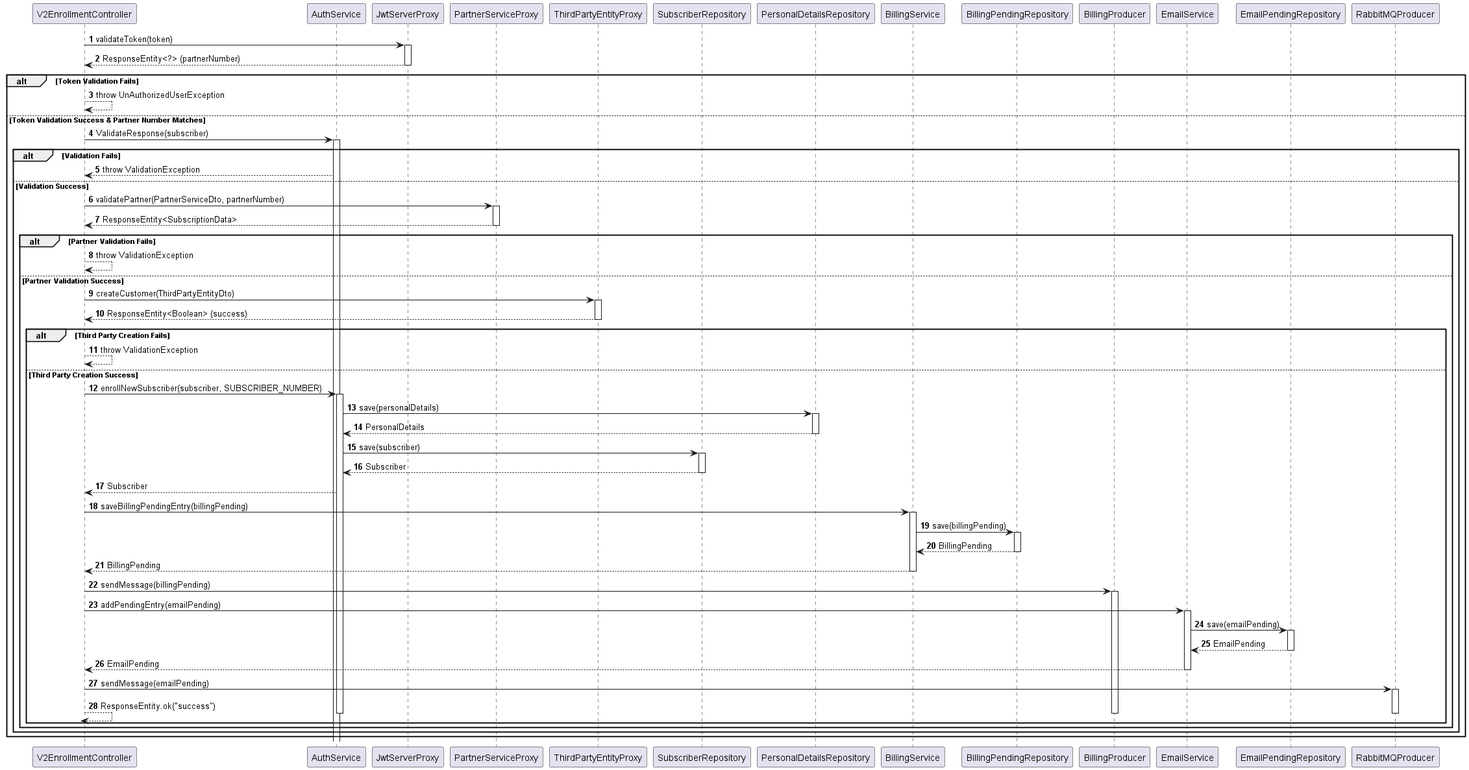
Before: sequence_diagram.png, a diagram exported from PlantUML (miit-netweb/sequence_diagram).
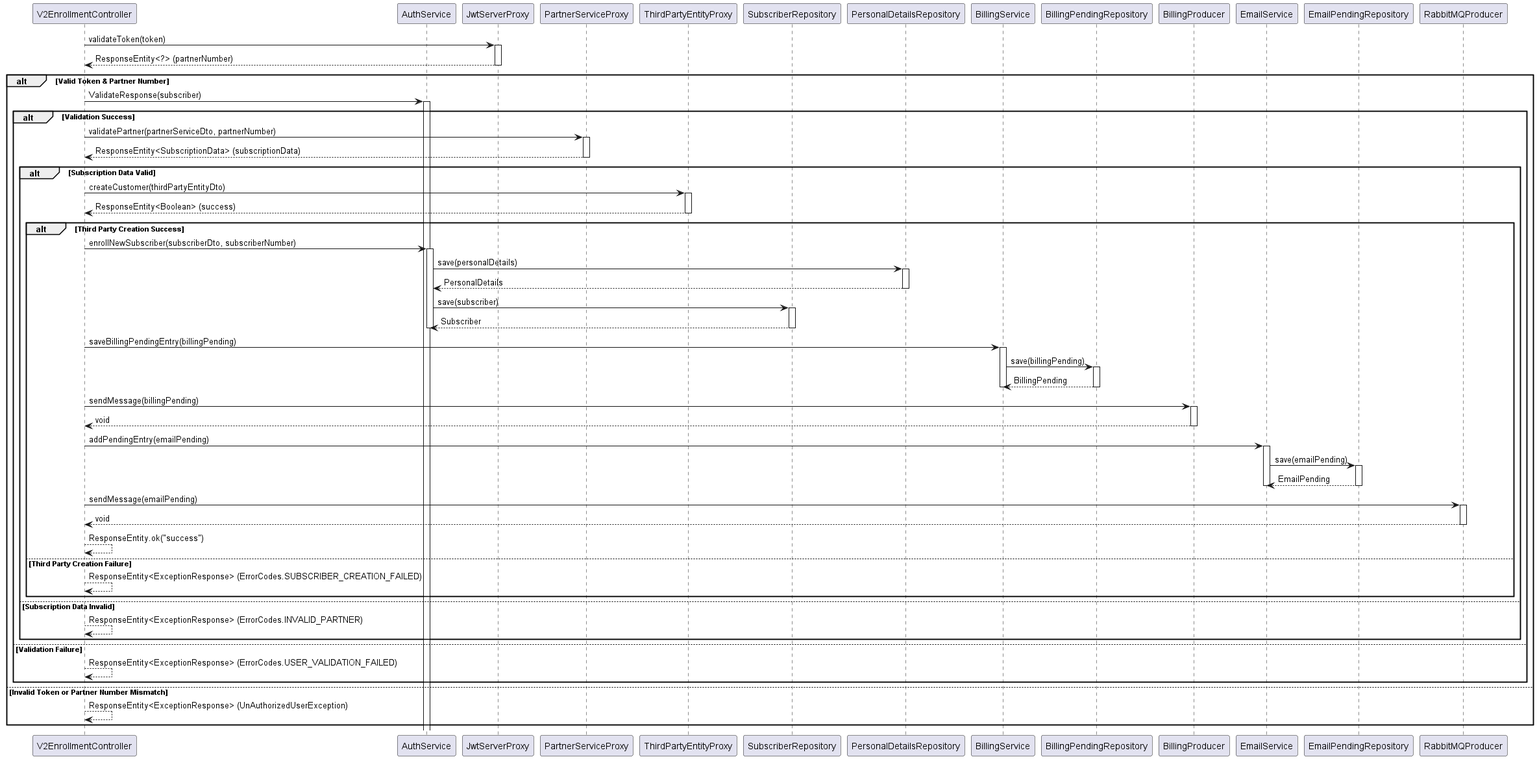
After the commit.

What changed in the source:
```diff
@@ -13,36 +13,26 @@
 participant EmailPendingRepository
 participant RabbitMQProducer
 
-autonumber
-
 V2EnrollmentController -> JwtServerProxy: validateToken(token)
 activate JwtServerProxy
 JwtServerProxy --> V2EnrollmentController: ResponseEntity<?> (partnerNumber)
 deactivate JwtServerProxy
 
-alt Token Validation Fails
-    V2EnrollmentController --> V2EnrollmentController: throw UnAuthorizedUserException
-else Token Validation Success & Partner Number Matches
+alt Valid Token & Partner Number
     V2EnrollmentController -> AuthService: ValidateResponse(subscriber)
     activate AuthService
-    alt Validation Fails
-        AuthService --> V2EnrollmentController: throw ValidationException
-    else Validation Success
-        V2EnrollmentController -> PartnerServiceProxy: validatePartner(PartnerServiceDto, partnerNumber)
+    alt Validation Success
+        V2EnrollmentController -> PartnerServiceProxy: validatePartner(partnerServiceDto, partnerNumber)
         activate PartnerServiceProxy
-        PartnerServiceProxy --> V2EnrollmentController: ResponseEntity<SubscriptionData>
+        PartnerServiceProxy --> V2EnrollmentController: ResponseEntity<SubscriptionData> (subscriptionData)
         deactivate PartnerServiceProxy
-        alt Partner Validation Fails
-            V2EnrollmentController --> V2EnrollmentController: throw ValidationException
-        else Partner Validation Success
-            V2EnrollmentController -> ThirdPartyEntityProxy: createCustomer(ThirdPartyEntityDto)
+        alt Subscription Data Valid
+            V2EnrollmentController -> ThirdPartyEntityProxy: createCustomer(thirdPartyEntityDto)
             activate ThirdPartyEntityProxy
             ThirdPartyEntityProxy --> V2EnrollmentController: ResponseEntity<Boolean> (success)
             deactivate ThirdPartyEntityProxy
-            alt Third Party Creation Fails
-                V2EnrollmentController --> V2EnrollmentController: throw ValidationException
-            else Third Party Creation Success
-                V2EnrollmentController -> AuthService: enrollNewSubscriber(subscriber, SUBSCRIBER_NUMBER)
+            alt Third Party Creation Success
+                V2EnrollmentController -> AuthService: enrollNewSubscriber(subscriberDto, subscriberNumber)
                 activate AuthService
                 AuthService -> PersonalDetailsRepository: save(personalDetails)
                 activate PersonalDetailsRepository
@@ -52,7 +42,7 @@
                 activate SubscriberRepository
                 SubscriberRepository --> AuthService: Subscriber
                 deactivate SubscriberRepository
-                AuthService --> V2EnrollmentController: Subscriber
+                deactivate AuthService
 
                 V2EnrollmentController -> BillingService: saveBillingPendingEntry(billingPending)
                 activate BillingService
@@ -60,10 +50,11 @@
                 activate BillingPendingRepository
                 BillingPendingRepository --> BillingService: BillingPending
                 deactivate BillingPendingRepository
-                BillingService --> V2EnrollmentController: BillingPending
                 deactivate BillingService
                 V2EnrollmentController -> BillingProducer: sendMessage(billingPending)
                 activate BillingProducer
+                BillingProducer --> V2EnrollmentController: void
+                deactivate BillingProducer
 
                 V2EnrollmentController -> EmailService: addPendingEntry(emailPending)
                 activate EmailService
@@ -71,20 +62,24 @@
                 activate EmailPendingRepository
                 EmailPendingRepository --> EmailService: EmailPending
                 deactivate EmailPendingRepository
-                EmailService --> V2EnrollmentController: EmailPending
                 deactivate EmailService
                 V2EnrollmentController -> RabbitMQProducer: sendMessage(emailPending)
                 activate RabbitMQProducer
-
+                RabbitMQProducer --> V2EnrollmentController: void
+                deactivate RabbitMQProducer
 
                 V2EnrollmentController --> V2EnrollmentController: ResponseEntity.ok("success")
-                deactivate RabbitMQProducer
-                deactivate BillingProducer
-                deactivate AuthService
+            else Third Party Creation Failure
+                V2EnrollmentController --> V2EnrollmentController: ResponseEntity<ExceptionResponse> (ErrorCodes.SUBSCRIBER_CREATION_FAILED)
             end
+        else Subscription Data Invalid
+             V2EnrollmentController --> V2EnrollmentController: ResponseEntity<ExceptionResponse> (ErrorCodes.INVALID_PARTNER)
         end
+    else Validation Failure
+        V2EnrollmentController --> V2EnrollmentController: ResponseEntity<ExceptionResponse> (ErrorCodes.USER_VALIDATION_FAILED)
     end
+else Invalid Token or Partner Number Mismatch
+    V2EnrollmentController --> V2EnrollmentController: ResponseEntity<ExceptionResponse> (UnAuthorizedUserException)
 end
-deactivate V2EnrollmentController
 
 @enduml
```
